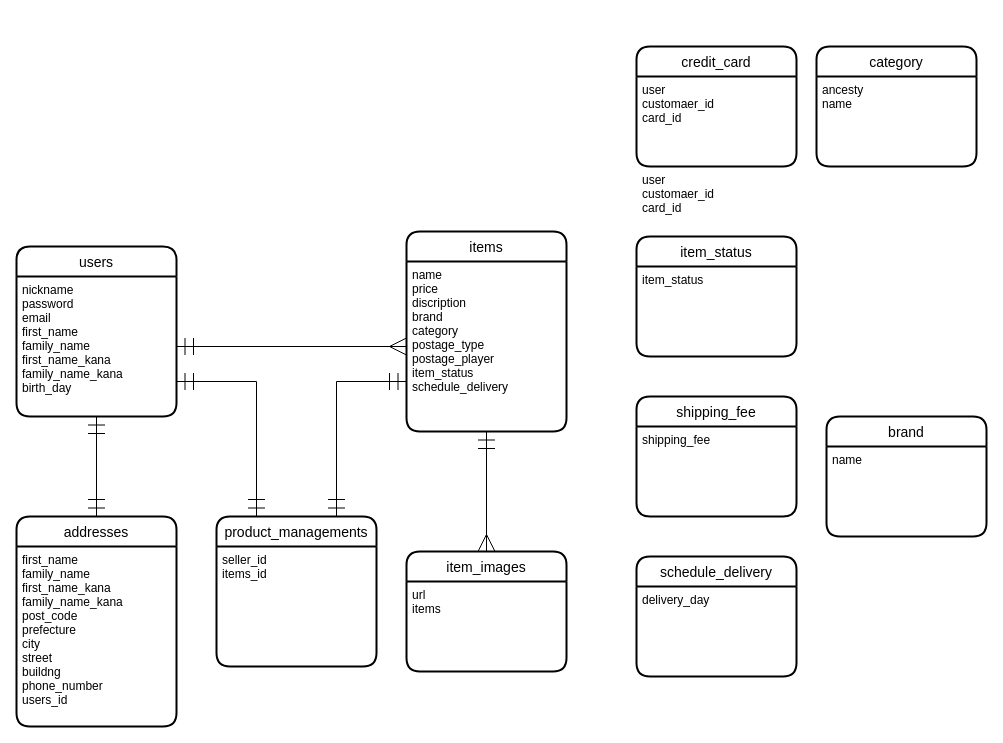
The draw.io diagram test.dio in hayakawanaotaka/furima-30951, before the edit. Source tidied: cells renumbered, new cells numbered last; positions are measured from the earlier drawing's top-left corner, leaving out a move shared by most shapes. Both pictures are drawn from the tidied source at 100%, with x=0, y=0 at pixel (16, 46).
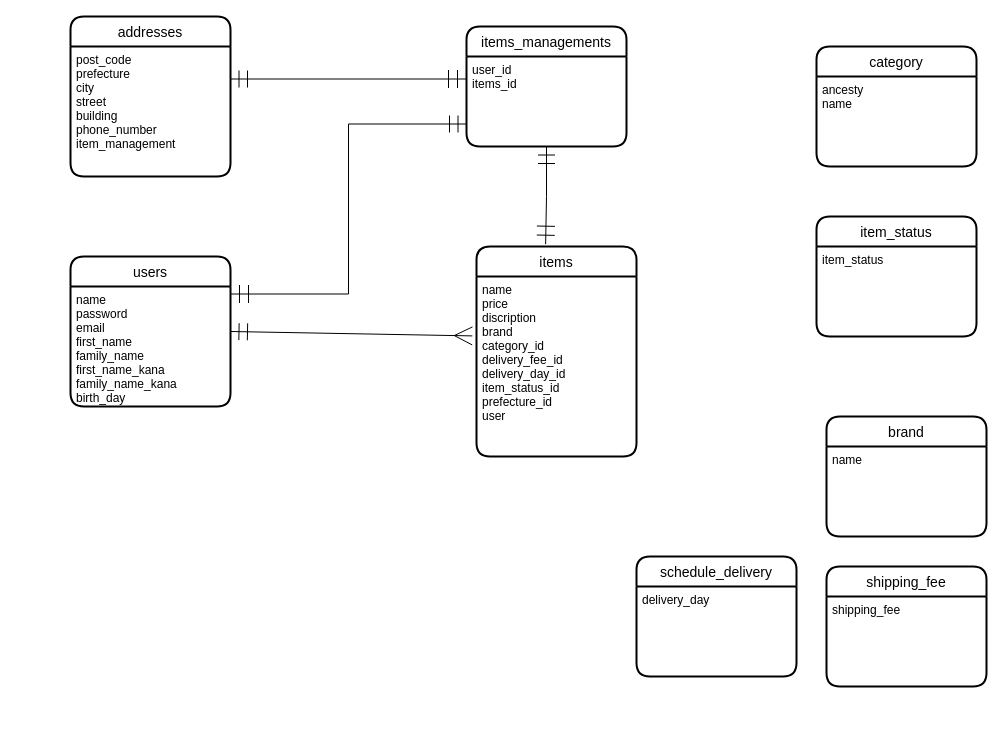
After the change.

What changed in the source:
```diff
@@
-    <mxCell id="2" style="edgeStyle=orthogonalEdgeStyle;rounded=0;jettySize=auto;html=1;exitX=0.25;exitY=0;exitDx=0;exitDy=0;entryX=1;entryY=0.75;entryDx=0;entryDy=0;startArrow=ERmandOne;startFill=0;startSize=15;endArrow=ERmandOne;endFill=0;endSize=15;" parent="1" edge="1" source="4" target="7">
-      <mxGeometry relative="1" as="geometry" />
-    </mxCell>
+    <mxCell id="30" style="edgeStyle=orthogonalEdgeStyle;rounded=0;orthogonalLoop=1;jettySize=auto;html=1;exitX=0.75;exitY=0;exitDx=0;exitDy=0;entryX=0.75;entryY=1;entryDx=0;entryDy=0;startArrow=ERmandOne;startFill=0;startSize=15;endArrow=ERmandOne;endFill=0;endSize=16;strokeWidth=1;" parent="1" edge="1">
+      <mxGeometry relative="1" as="geometry" />
+    </mxCell>
+    <mxCell id="31" style="edgeStyle=orthogonalEdgeStyle;rounded=0;orthogonalLoop=1;jettySize=auto;html=1;exitX=1;exitY=0.5;exitDx=0;exitDy=0;entryX=0;entryY=0.25;entryDx=0;entryDy=0;startArrow=ERmandOne;startFill=0;startSize=15;endArrow=ERmany;endFill=0;endSize=16;strokeWidth=1;" parent="1" edge="1">
+      <mxGeometry relative="1" as="geometry" />
+    </mxCell>
+    <mxCell id="32" style="rounded=0;jettySize=auto;html=1;exitX=1;exitY=0.5;exitDx=0;exitDy=0;entryX=-0.026;entryY=0.33;entryDx=0;entryDy=0;entryPerimeter=0;startArrow=ERmandOne;startFill=0;startSize=15;endArrow=ERmany;endFill=0;endSize=16;strokeWidth=1;" parent="1" edge="1" source="3" target="33">
+      <mxGeometry relative="1" as="geometry" />
+    </mxCell>
+    <mxCell id="8" value="items" style="swimlane;horizontal=1;startSize=30;rounded=1;fontSize=14;fontStyle=0;strokeWidth=2;shadow=0;dashed=0;align=center;" parent="1" vertex="1">
+      <mxGeometry x="460" y="200" width="160" height="210" as="geometry" />
+    </mxCell>
+    <mxCell id="33" value="name&#10;price&#10;discription&#10;brand&#10;category_id&#10;delivery_fee_id&#10;delivery_day_id&#10;item_status_id&#10;prefecture_id&#10;user" style="align=left;strokeColor=none;fillColor=none;spacingLeft=4;fontSize=12;verticalAlign=top;" parent="8" vertex="1">
+      <mxGeometry y="30" width="160" height="180" as="geometry" />
+    </mxCell>
-    <mxCell id="3" style="edgeStyle=orthogonalEdgeStyle;rounded=0;jettySize=auto;html=1;exitX=0.75;exitY=0;exitDx=0;exitDy=0;entryX=0;entryY=0.75;entryDx=0;entryDy=0;startArrow=ERmandOne;startFill=0;startSize=15;endArrow=ERmandOne;endFill=0;endSize=15;" parent="1" edge="1" source="4" target="8">
-      <mxGeometry relative="1" as="geometry" />
+    <mxCell id="3" value="users" style="swimlane;horizontal=1;startSize=30;rounded=1;fontSize=14;fontStyle=0;strokeWidth=2;shadow=0;dashed=0;align=center;" parent="1" vertex="1">
+      <mxGeometry x="54" y="210" width="160" height="150" as="geometry" />
     </mxCell>
-    <mxCell id="4" value="product_managements" style="swimlane;horizontal=1;startSize=30;rounded=1;fontSize=14;fontStyle=0;strokeWidth=2;shadow=0;dashed=0;align=center;" parent="1" vertex="1">
-      <mxGeometry x="200" y="470" width="160" height="150" as="geometry" />
-    </mxCell>
-    <mxCell id="5" value="seller_id&#10;items_id" style="align=left;strokeColor=none;fillColor=none;spacingLeft=4;fontSize=12;verticalAlign=top;" parent="4" vertex="1">
-      <mxGeometry y="30" width="160" height="120" as="geometry" />
-    </mxCell>
-    <mxCell id="6" value="users" style="swimlane;horizontal=1;startSize=30;rounded=1;fontSize=14;fontStyle=0;strokeWidth=2;shadow=0;dashed=0;align=center;" parent="1" vertex="1">
-      <mxGeometry y="200" width="160" height="170" as="geometry" />
-    </mxCell>
-    <mxCell id="7" value="nickname&#10;password&#10;email&#10;first_name&#10;family_name&#10;first_name_kana&#10;family_name_kana&#10;birth_day" style="align=left;strokeColor=none;fillColor=none;spacingLeft=4;fontSize=12;verticalAlign=top;" parent="6" vertex="1">
-      <mxGeometry y="30" width="160" height="140" as="geometry" />
-    </mxCell>
-    <mxCell id="8" value="items" style="swimlane;horizontal=1;startSize=30;rounded=1;fontSize=14;fontStyle=0;strokeWidth=2;shadow=0;dashed=0;align=center;" parent="1" vertex="1">
-      <mxGeometry x="390" y="185" width="160" height="200" as="geometry" />
-    </mxCell>
-    <mxCell id="9" value="name&#10;price&#10;discription&#10;brand&#10;category&#10;postage_type&#10;postage_player&#10;item_status&#10;schedule_delivery" style="align=left;strokeColor=none;fillColor=none;spacingLeft=4;fontSize=12;verticalAlign=top;" parent="8" vertex="1">
-      <mxGeometry y="30" width="160" height="170" as="geometry" />
-    </mxCell>
-    <mxCell id="10" style="rounded=0;jettySize=auto;html=1;exitX=1;exitY=0.5;exitDx=0;exitDy=0;entryX=0;entryY=0.5;entryDx=0;entryDy=0;startArrow=ERmandOne;startFill=0;startSize=15;endArrow=ERmany;endFill=0;endSize=15;" parent="1" edge="1" source="7" target="9">
-      <mxGeometry relative="1" as="geometry" />
-    </mxCell>
-    <mxCell id="11" style="edgeStyle=none;rounded=0;jettySize=auto;html=1;exitX=0.5;exitY=0;exitDx=0;exitDy=0;entryX=0.5;entryY=1;entryDx=0;entryDy=0;startArrow=ERmandOne;startFill=0;startSize=15;endArrow=ERmandOne;endFill=0;endSize=15;" parent="1" edge="1" source="12" target="7">
-      <mxGeometry relative="1" as="geometry" />
-    </mxCell>
+    <mxCell id="34" value="name&#10;password&#10;email&#10;first_name&#10;family_name&#10;first_name_kana&#10;family_name_kana&#10;birth_day" style="align=left;strokeColor=none;fillColor=none;spacingLeft=4;fontSize=12;verticalAlign=top;" parent="3" vertex="1">
+      <mxGeometry y="30" width="160" height="120" as="geometry" />
+    </mxCell>
     <mxCell id="12" value="addresses" style="swimlane;horizontal=1;startSize=30;rounded=1;fontSize=14;fontStyle=0;strokeWidth=2;shadow=0;dashed=0;align=center;" parent="1" vertex="1">
-      <mxGeometry y="470" width="160" height="210" as="geometry" />
+      <mxGeometry x="54" y="-30" width="160" height="160" as="geometry" />
     </mxCell>
-    <mxCell id="13" value="first_name&#10;family_name&#10;first_name_kana&#10;family_name_kana&#10;post_code&#10;prefecture&#10;city&#10;street&#10;buildng&#10;phone_number&#10;users_id" style="align=left;strokeColor=none;fillColor=none;spacingLeft=4;fontSize=12;verticalAlign=top;" parent="12" vertex="1">
-      <mxGeometry y="30" width="160" height="180" as="geometry" />
-    </mxCell>
+    <mxCell id="35" value="post_code&#10;prefecture&#10;city&#10;street&#10;building&#10;phone_number&#10;item_management" style="align=left;strokeColor=none;fillColor=none;spacingLeft=4;fontSize=12;verticalAlign=top;" parent="12" vertex="1">
+      <mxGeometry y="30" width="160" height="130" as="geometry" />
+    </mxCell>
+    <mxCell id="36" value="items_managements" style="swimlane;horizontal=1;startSize=30;rounded=1;fontSize=14;fontStyle=0;strokeWidth=2;shadow=0;dashed=0;align=center;" parent="1" vertex="1">
+      <mxGeometry x="450" y="-20" width="160" height="120" as="geometry" />
+    </mxCell>
+    <mxCell id="37" value="user_id&#10;items_id" style="align=left;strokeColor=none;fillColor=none;spacingLeft=4;fontSize=12;verticalAlign=top;" parent="36" vertex="1">
+      <mxGeometry y="30" width="160" height="90" as="geometry" />
+    </mxCell>
+    <mxCell id="38" style="edgeStyle=orthogonalEdgeStyle;rounded=0;jettySize=auto;html=1;exitX=1;exitY=0.25;exitDx=0;exitDy=0;entryX=0;entryY=0.25;entryDx=0;entryDy=0;startArrow=ERmandOne;startFill=0;startSize=15;endArrow=ERmandOne;endFill=0;endSize=16;strokeWidth=1;" parent="1" edge="1" source="35" target="37">
+      <mxGeometry relative="1" as="geometry" />
+    </mxCell>
+    <mxCell id="39" style="edgeStyle=orthogonalEdgeStyle;rounded=0;jettySize=auto;html=1;exitX=0.5;exitY=1;exitDx=0;exitDy=0;entryX=0.432;entryY=-0.011;entryDx=0;entryDy=0;entryPerimeter=0;startArrow=ERmandOne;startFill=0;startSize=15;endArrow=ERmandOne;endFill=0;endSize=16;strokeWidth=1;" parent="1" edge="1" source="37" target="8">
+      <mxGeometry relative="1" as="geometry" />
+    </mxCell>
+    <mxCell id="40" style="edgeStyle=orthogonalEdgeStyle;rounded=0;jettySize=auto;html=1;exitX=0;exitY=0.75;exitDx=0;exitDy=0;entryX=1;entryY=0.25;entryDx=0;entryDy=0;startArrow=ERmandOne;startFill=0;startSize=15;endArrow=ERmandOne;endFill=0;endSize=16;strokeWidth=1;" parent="1" edge="1" source="37" target="3">
+      <mxGeometry relative="1" as="geometry" />
+    </mxCell>
@@
     <mxCell id="16" value="item_status" style="swimlane;horizontal=1;startSize=30;rounded=1;fontSize=14;fontStyle=0;strokeWidth=2;shadow=0;dashed=0;align=center;" parent="1" vertex="1">
-      <mxGeometry x="620" y="190" width="160" height="120" as="geometry" />
+      <mxGeometry x="800" y="170" width="160" height="120" as="geometry" />
     </mxCell>
@@
     <mxCell id="18" value="shipping_fee" style="swimlane;horizontal=1;startSize=30;rounded=1;fontSize=14;fontStyle=0;strokeWidth=2;shadow=0;dashed=0;align=center;" parent="1" vertex="1">
-      <mxGeometry x="620" y="350" width="160" height="120" as="geometry" />
+      <mxGeometry x="810" y="520" width="160" height="120" as="geometry" />
     </mxCell>
@@
-    <mxCell id="24" style="rounded=0;jettySize=auto;html=1;exitX=0.5;exitY=0;exitDx=0;exitDy=0;entryX=0.5;entryY=1;entryDx=0;entryDy=0;startArrow=ERmany;startFill=0;startSize=15;endArrow=ERmandOne;endFill=0;endSize=15;" parent="1" edge="1" source="25" target="9">
-      <mxGeometry relative="1" as="geometry" />
-    </mxCell>
-    <mxCell id="25" value="item_images" style="swimlane;horizontal=1;startSize=30;rounded=1;fontSize=14;fontStyle=0;strokeWidth=2;shadow=0;dashed=0;align=center;" parent="1" vertex="1">
-      <mxGeometry x="390" y="505" width="160" height="120" as="geometry" />
-    </mxCell>
-    <mxCell id="26" value="url&#10;items" style="align=left;strokeColor=none;fillColor=none;spacingLeft=4;fontSize=12;verticalAlign=top;" parent="25" vertex="1">
-      <mxGeometry y="30" width="160" height="90" as="geometry" />
-    </mxCell>
-    <mxCell id="27" value="credit_card" style="swimlane;horizontal=1;startSize=30;rounded=1;fontSize=14;fontStyle=0;strokeWidth=2;shadow=0;dashed=0;align=center;" parent="1" vertex="1">
-      <mxGeometry x="620" width="160" height="120" as="geometry" />
-    </mxCell>
-    <mxCell id="28" value="user&#10;customaer_id&#10;card_id" style="align=left;strokeColor=none;fillColor=none;spacingLeft=4;fontSize=12;verticalAlign=top;" parent="27" vertex="1">
-      <mxGeometry y="30" width="160" height="90" as="geometry" />
-    </mxCell>
-    <mxCell id="29" value="user&#10;customaer_id&#10;card_id" style="align=left;strokeColor=none;fillColor=none;spacingLeft=4;fontSize=12;verticalAlign=top;" parent="27" vertex="1">
-      <mxGeometry y="120" width="160" as="geometry" />
-    </mxCell>
```
